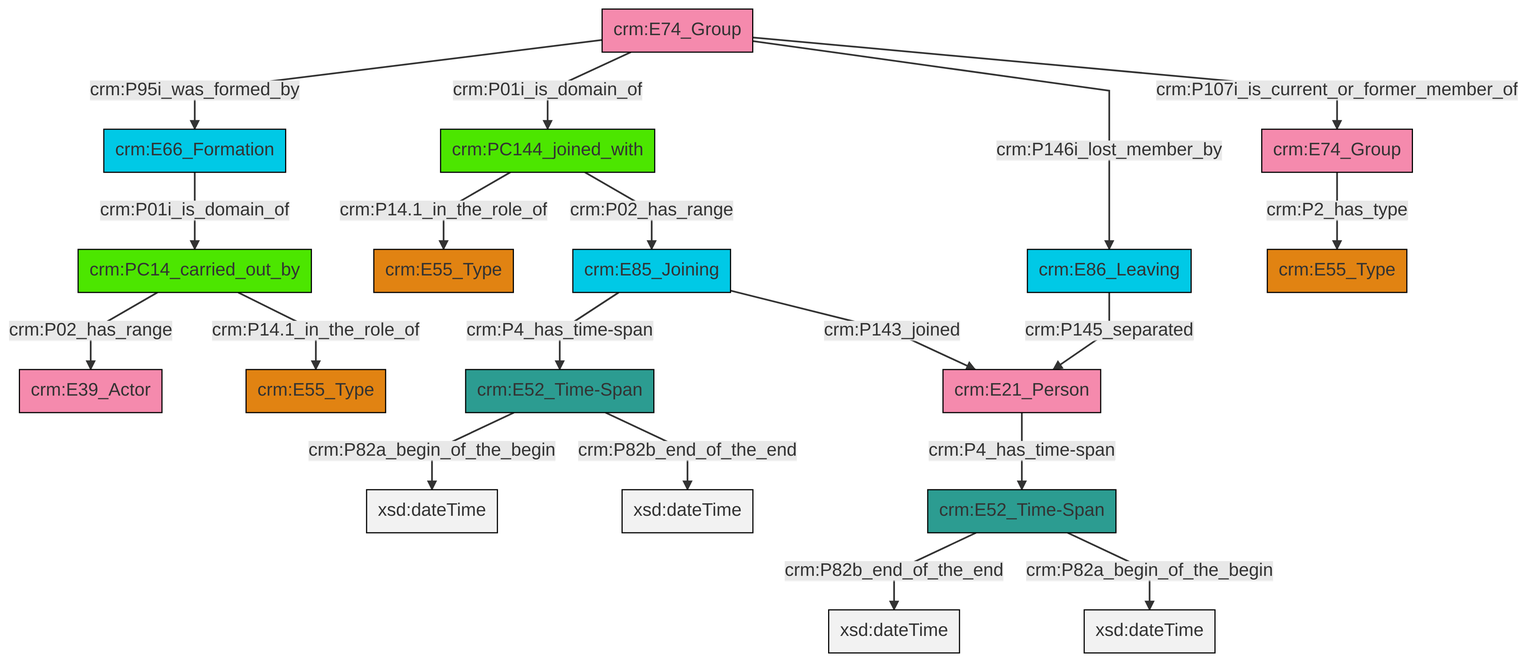
swiss-art-research-net/docs.swissartresearch keeps this Mermaid diagram as et/groupCSV/ttl/mmd/png/group_actor_relations.png. Above is the earlier version. Its source is kept beside it as et/groupCSV/ttl/mmd/group_actor_relations.ttl.mmd.
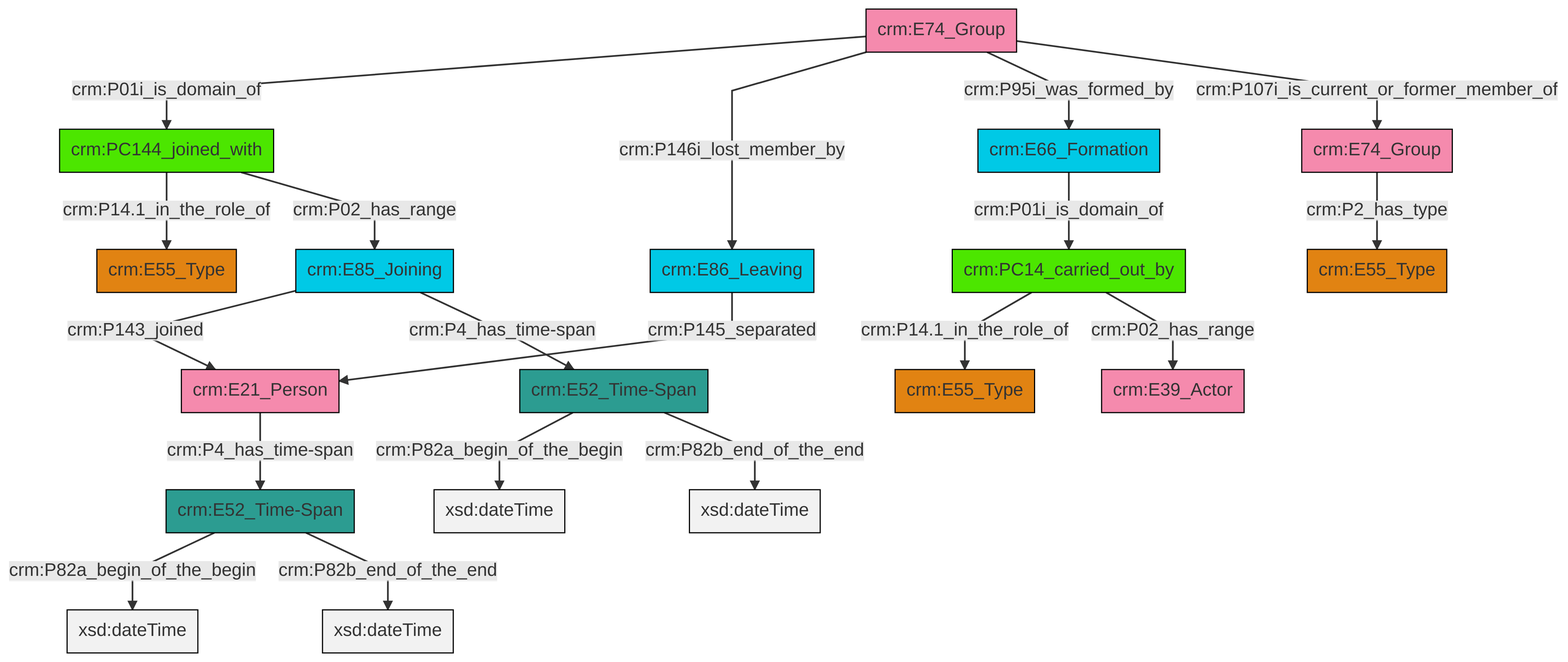
Later version of the same file.

What changed in the source:
```diff
@@ -13,21 +13,21 @@
 classDef PC_Classes fill:#4ce600, stroke:#000000;
 classDef Multi fill:#cccccc,stroke:#000000;
 
-2["crm:PC14_carried_out_by"]:::PC_Classes -->|crm:P02_has_range| 3["crm:E39_Actor"]:::Actor
-8["crm:E85_Joining"]:::Temporal_Entity -->|crm:P4_has_time-span| 0["crm:E52_Time-Span"]:::Time-Span
-0["crm:E52_Time-Span"]:::Time-Span -->|crm:P82a_begin_of_the_begin| 13[xsd:dateTime]:::Literal
-17["crm:PC144_joined_with"]:::PC_Classes -->|crm:P14.1_in_the_role_of| 14["crm:E55_Type"]:::Type
-19["crm:E52_Time-Span"]:::Time-Span -->|crm:P82b_end_of_the_end| 20[xsd:dateTime]:::Literal
-21["crm:E74_Group"]:::Actor -->|crm:P95i_was_formed_by| 6["crm:E66_Formation"]:::Temporal_Entity
-2["crm:PC14_carried_out_by"]:::PC_Classes -->|crm:P14.1_in_the_role_of| 4["crm:E55_Type"]:::Type
-17["crm:PC144_joined_with"]:::PC_Classes -->|crm:P02_has_range| 8["crm:E85_Joining"]:::Temporal_Entity
-21["crm:E74_Group"]:::Actor -->|crm:P01i_is_domain_of| 17["crm:PC144_joined_with"]:::PC_Classes
-11["crm:E86_Leaving"]:::Temporal_Entity -->|crm:P145_separated| 23["crm:E21_Person"]:::Actor
-19["crm:E52_Time-Span"]:::Time-Span -->|crm:P82a_begin_of_the_begin| 27[xsd:dateTime]:::Literal
-21["crm:E74_Group"]:::Actor -->|crm:P146i_lost_member_by| 11["crm:E86_Leaving"]:::Temporal_Entity
-28["crm:E74_Group"]:::Actor -->|crm:P2_has_type| 9["crm:E55_Type"]:::Type
-8["crm:E85_Joining"]:::Temporal_Entity -->|crm:P143_joined| 23["crm:E21_Person"]:::Actor
-23["crm:E21_Person"]:::Actor -->|crm:P4_has_time-span| 19["crm:E52_Time-Span"]:::Time-Span
-0["crm:E52_Time-Span"]:::Time-Span -->|crm:P82b_end_of_the_end| 29[xsd:dateTime]:::Literal
-6["crm:E66_Formation"]:::Temporal_Entity -->|crm:P01i_is_domain_of| 2["crm:PC14_carried_out_by"]:::PC_Classes
-21["crm:E74_Group"]:::Actor -->|crm:P107i_is_current_or_former_member_of| 28["crm:E74_Group"]:::Actor
+0["crm:E74_Group"]:::Actor -->|crm:P01i_is_domain_of| 1["crm:PC144_joined_with"]:::PC_Classes
+6["crm:E86_Leaving"]:::Temporal_Entity -->|crm:P145_separated| 7["crm:E21_Person"]:::Actor
+8["crm:E52_Time-Span"]:::Time-Span -->|crm:P82a_begin_of_the_begin| 9[xsd:dateTime]:::Literal
+0["crm:E74_Group"]:::Actor -->|crm:P146i_lost_member_by| 6["crm:E86_Leaving"]:::Temporal_Entity
+10["crm:E85_Joining"]:::Temporal_Entity -->|crm:P143_joined| 7["crm:E21_Person"]:::Actor
+12["crm:PC14_carried_out_by"]:::PC_Classes -->|crm:P14.1_in_the_role_of| 4["crm:E55_Type"]:::Type
+0["crm:E74_Group"]:::Actor -->|crm:P95i_was_formed_by| 13["crm:E66_Formation"]:::Temporal_Entity
+2["crm:E52_Time-Span"]:::Time-Span -->|crm:P82a_begin_of_the_begin| 14[xsd:dateTime]:::Literal
+13["crm:E66_Formation"]:::Temporal_Entity -->|crm:P01i_is_domain_of| 12["crm:PC14_carried_out_by"]:::PC_Classes
+12["crm:PC14_carried_out_by"]:::PC_Classes -->|crm:P02_has_range| 15["crm:E39_Actor"]:::Actor
+7["crm:E21_Person"]:::Actor -->|crm:P4_has_time-span| 2["crm:E52_Time-Span"]:::Time-Span
+18["crm:E74_Group"]:::Actor -->|crm:P2_has_type| 19["crm:E55_Type"]:::Type
+1["crm:PC144_joined_with"]:::PC_Classes -->|crm:P14.1_in_the_role_of| 16["crm:E55_Type"]:::Type
+2["crm:E52_Time-Span"]:::Time-Span -->|crm:P82b_end_of_the_end| 27[xsd:dateTime]:::Literal
+0["crm:E74_Group"]:::Actor -->|crm:P107i_is_current_or_former_member_of| 18["crm:E74_Group"]:::Actor
+1["crm:PC144_joined_with"]:::PC_Classes -->|crm:P02_has_range| 10["crm:E85_Joining"]:::Temporal_Entity
+8["crm:E52_Time-Span"]:::Time-Span -->|crm:P82b_end_of_the_end| 31[xsd:dateTime]:::Literal
+10["crm:E85_Joining"]:::Temporal_Entity -->|crm:P4_has_time-span| 8["crm:E52_Time-Span"]:::Time-Span
```
